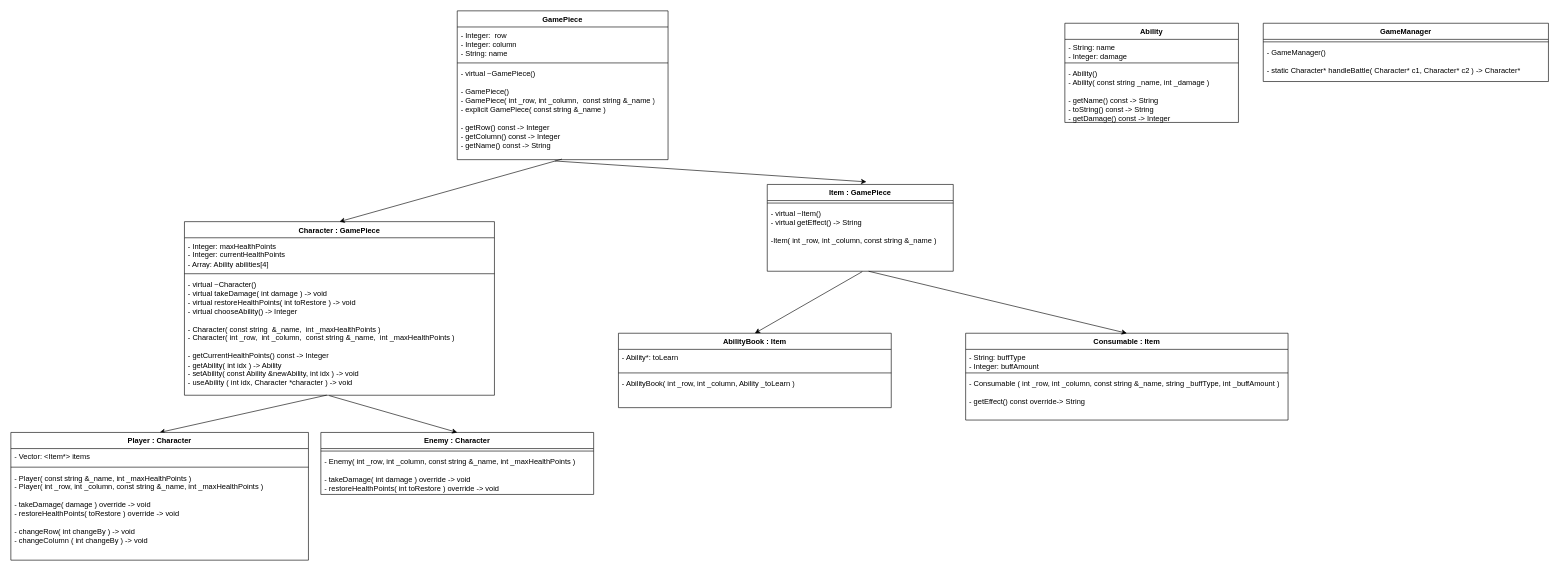
The draw.io diagram cli_game.drawio in klovelace21/cli_game, before the edit. Source tidied: cells renumbered, new cells numbered last; positions are measured from the earlier drawing's top-left corner, leaving out a move shared by most shapes. Both pictures are drawn from the tidied source at 62%, with x=0, y=0 at pixel (11, 11).
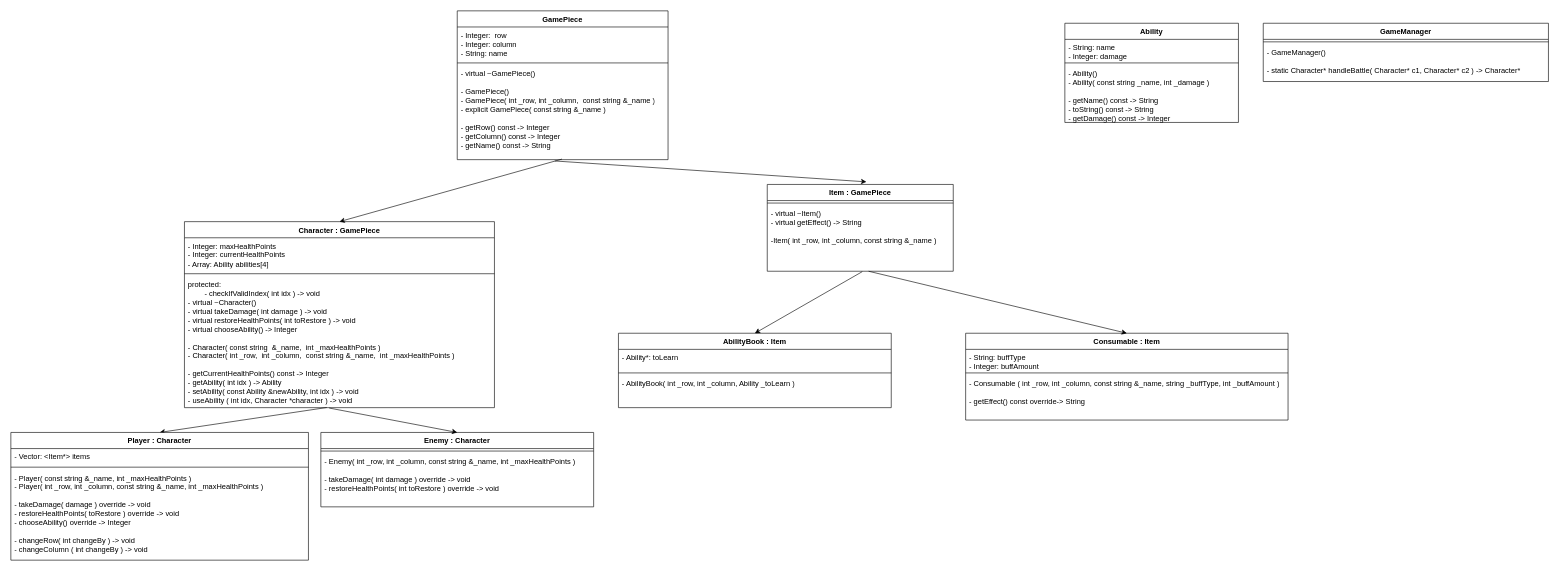
The same diagram, later.

Commit message (it also covers changes not shown here):
srand() / Enemy::chooseAbility()

Unchanged cells that the change refers to:
```xml
<mxCell id="34" value="Player : Character" style="swimlane;fontStyle=1;align=center;verticalAlign=top;horizontal=1;startSize=26;whiteSpace=wrap;html=1;" parent="1" vertex="1">
  <mxGeometry y="680" width="480" height="206" as="geometry" />
</mxCell>
```

Change to the diagram source:
```diff
@@
     <mxCell id="6" value="Character : GamePiece" style="swimlane;fontStyle=1;align=center;verticalAlign=top;horizontal=1;startSize=26;whiteSpace=wrap;html=1;" parent="1" vertex="1">
-      <mxGeometry x="280" y="340" width="500" height="280" as="geometry" />
+      <mxGeometry x="280" y="340" width="500" height="300" as="geometry" />
     </mxCell>
@@
-    <mxCell id="9" value="- virtual ~Character()&lt;br&gt;- virtual takeDamage( int damage ) -&amp;gt; void&lt;br style=&quot;border-color: var(--border-color);&quot;&gt;- virtual restoreHealthPoints( int toRestore ) -&amp;gt; void&lt;br&gt;- virtual chooseAbility() -&amp;gt; Integer&lt;br&gt;&lt;br&gt;- Character( const string&amp;nbsp; &amp;amp;_name,&amp;nbsp; int _maxHealthPoints )&lt;br&gt;- Character( int _row,&amp;nbsp; int _column,&amp;nbsp; const string &amp;amp;_name,&amp;nbsp; int _maxHealthPoints )&lt;br&gt;&lt;br&gt;- getCurrentHealthPoints() const -&amp;gt; Integer&lt;br&gt;- getAbility( int idx ) -&amp;gt; Ability&lt;br&gt;- setAbility( const Ability &amp;amp;newAbility, int idx ) -&amp;gt; void&lt;br&gt;- useAbility ( int idx, Character *character ) -&amp;gt; void" style="text;strokeColor=none;fillColor=none;align=left;verticalAlign=top;spacingLeft=4;spacingRight=4;overflow=hidden;points=[[0,0.5],[1,0.5]];portConstraint=eastwest;whiteSpace=wrap;html=1;" parent="6" vertex="1">
-      <mxGeometry y="88" width="500" height="192" as="geometry" />
+    <mxCell id="9" value="protected:&lt;br&gt;&lt;span style=&quot;white-space: pre;&quot;&gt;&#9;&lt;/span&gt;- checkIfValidIndex( int idx ) -&amp;gt; void&lt;br&gt;- virtual ~Character()&lt;br&gt;- virtual takeDamage( int damage ) -&amp;gt; void&lt;br style=&quot;border-color: var(--border-color);&quot;&gt;- virtual restoreHealthPoints( int toRestore ) -&amp;gt; void&lt;br&gt;- virtual chooseAbility() -&amp;gt; Integer&lt;br&gt;&lt;br&gt;- Character( const string&amp;nbsp; &amp;amp;_name,&amp;nbsp; int _maxHealthPoints )&lt;br&gt;- Character( int _row,&amp;nbsp; int _column,&amp;nbsp; const string &amp;amp;_name,&amp;nbsp; int _maxHealthPoints )&lt;br&gt;&lt;br&gt;- getCurrentHealthPoints() const -&amp;gt; Integer&lt;br&gt;- getAbility( int idx ) -&amp;gt; Ability&lt;br&gt;- setAbility( const Ability &amp;amp;newAbility, int idx ) -&amp;gt; void&lt;br&gt;- useAbility ( int idx, Character *character ) -&amp;gt; void" style="text;strokeColor=none;fillColor=none;align=left;verticalAlign=top;spacingLeft=4;spacingRight=4;overflow=hidden;points=[[0,0.5],[1,0.5]];portConstraint=eastwest;whiteSpace=wrap;html=1;" parent="6" vertex="1">
+      <mxGeometry y="88" width="500" height="212" as="geometry" />
     </mxCell>
@@
     <mxCell id="11" value="Enemy : Character" style="swimlane;fontStyle=1;align=center;verticalAlign=top;horizontal=1;startSize=26;whiteSpace=wrap;html=1;" parent="1" vertex="1">
-      <mxGeometry x="500" y="680" width="440" height="100" as="geometry" />
+      <mxGeometry x="500" y="680" width="440" height="120" as="geometry" />
     </mxCell>
@@
-    <mxCell id="13" value="- Enemy( int _row, int _column, const string &amp;amp;_name, int _maxHealthPoints )&lt;br&gt;&lt;br&gt;- takeDamage( int damage ) override -&amp;gt; void&lt;br&gt;- restoreHealthPoints( int toRestore ) override -&amp;gt; void" style="text;strokeColor=none;fillColor=none;align=left;verticalAlign=top;spacingLeft=4;spacingRight=4;overflow=hidden;whiteSpace=wrap;html=1;" parent="11" vertex="1">
-      <mxGeometry y="34" width="440" height="66" as="geometry" />
+    <mxCell id="13" value="- Enemy( int _row, int _column, const string &amp;amp;_name, int _maxHealthPoints )&lt;br&gt;&lt;br&gt;- takeDamage( int damage ) override -&amp;gt; void&lt;br&gt;- restoreHealthPoints( int toRestore ) override -&amp;gt; void&lt;br&gt;" style="text;strokeColor=none;fillColor=none;align=left;verticalAlign=top;spacingLeft=4;spacingRight=4;overflow=hidden;whiteSpace=wrap;html=1;" parent="11" vertex="1">
+      <mxGeometry y="34" width="440" height="86" as="geometry" />
     </mxCell>
@@
-    <mxCell id="37" value="- Player( const string &amp;amp;_name, int _maxHealthPoints )&lt;br&gt;- Player( int _row, int _column, const string &amp;amp;_name, int _maxHealthPoints )&lt;br&gt;&lt;br&gt;- takeDamage( damage ) override -&amp;gt; void&lt;br&gt;- restoreHealthPoints( toRestore ) override -&amp;gt; void&lt;br&gt;&lt;br&gt;- changeRow( int changeBy ) -&amp;gt; void&lt;br&gt;- changeColumn ( int changeBy ) -&amp;gt; void" style="text;strokeColor=none;fillColor=none;align=left;verticalAlign=top;spacingLeft=4;spacingRight=4;overflow=hidden;whiteSpace=wrap;html=1;" parent="34" vertex="1">
+    <mxCell id="37" value="- Player( const string &amp;amp;_name, int _maxHealthPoints )&lt;br&gt;- Player( int _row, int _column, const string &amp;amp;_name, int _maxHealthPoints )&lt;br&gt;&lt;br&gt;- takeDamage( damage ) override -&amp;gt; void&lt;br&gt;- restoreHealthPoints( toRestore ) override -&amp;gt; void&lt;br&gt;- chooseAbility() override -&amp;gt; Integer&lt;br&gt;&lt;br&gt;- changeRow( int changeBy ) -&amp;gt; void&lt;br&gt;- changeColumn ( int changeBy ) -&amp;gt; void" style="text;strokeColor=none;fillColor=none;align=left;verticalAlign=top;spacingLeft=4;spacingRight=4;overflow=hidden;whiteSpace=wrap;html=1;" parent="34" vertex="1">
       <mxGeometry y="60" width="480" height="146" as="geometry" />
     </mxCell>
```
